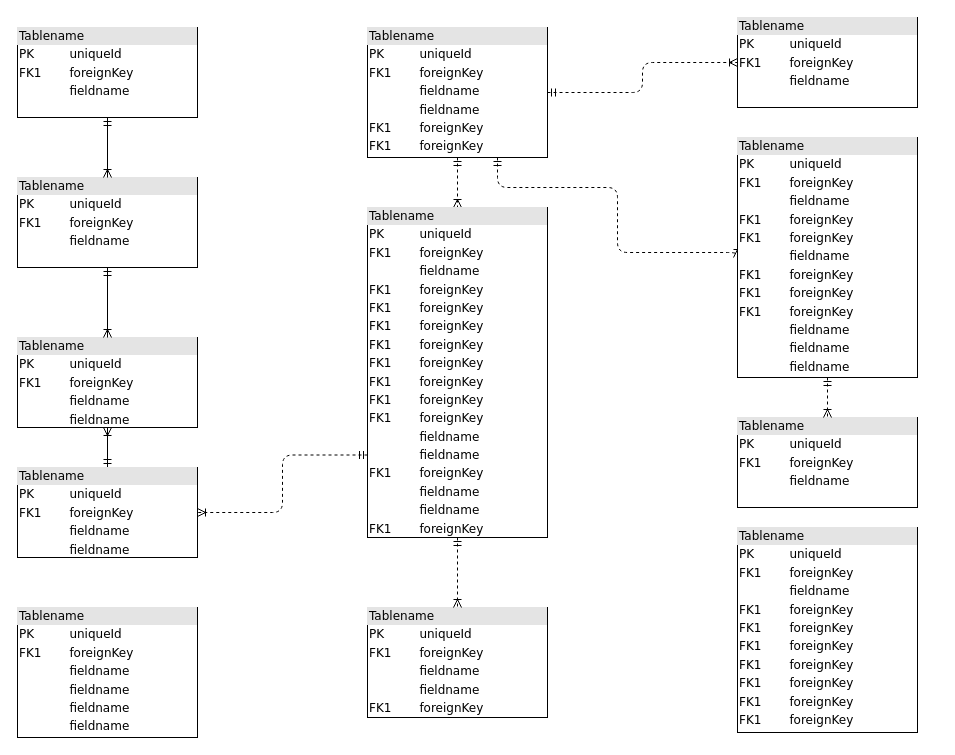
Before: 제목 없는 다이어그램.drawio in SEONMl/SEONMl, a draw.io diagram. Source tidied: cells renumbered, new cells numbered last; positions are measured from the earlier drawing's top-left corner, leaving out a move shared by most shapes. Both pictures are drawn from the tidied source at 100%, with x=0, y=0 at pixel (17, 17).
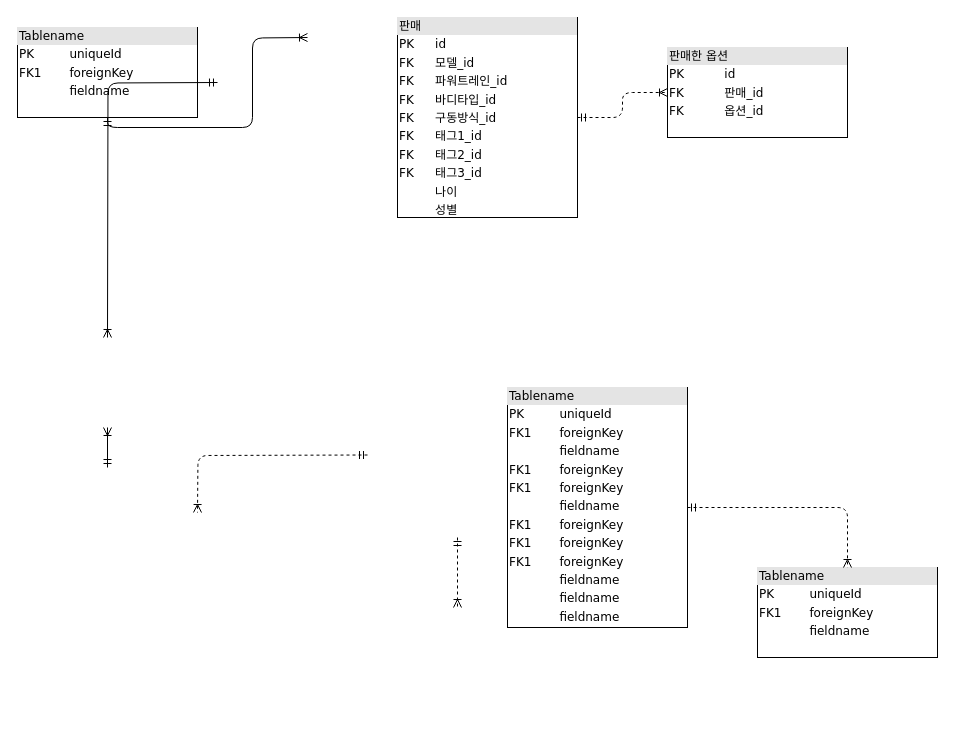
The same page after the edit.

Commit message:
제목 없는 다이어그램.drawio 업데이트

Unchanged cells that the change refers to:
```xml
<mxCell id="2" value="&lt;div style=&quot;box-sizing:border-box;width:100%;background:#e4e4e4;padding:2px;&quot;&gt;Tablename&lt;/div&gt;&lt;table style=&quot;width:100%;font-size:1em;&quot; cellpadding=&quot;2&quot; cellspacing=&quot;0&quot;&gt;&lt;tr&gt;&lt;td&gt;PK&lt;/td&gt;&lt;td&gt;uniqueId&lt;/td&gt;&lt;/tr&gt;&lt;tr&gt;&lt;td&gt;FK1&lt;/td&gt;&lt;td&gt;foreignKey&lt;/td&gt;&lt;/tr&gt;&lt;tr&gt;&lt;td&gt;&lt;/td&gt;&lt;td&gt;fieldname&lt;/td&gt;&lt;/tr&gt;&lt;/table&gt;" style="verticalAlign=top;align=left;overflow=fill;html=1;rounded=0;shadow=0;comic=0;labelBackgroundColor=none;strokeWidth=1;fontFamily=Verdana;fontSize=12;" parent="1" vertex="1">
  <mxGeometry y="10" width="180" height="90" as="geometry" />
</mxCell>
```

Diff of the diagram source:
```diff
@@
-<mxGraphModel>
+<mxGraphModel background="#ffffff">
@@
-    <mxCell id="3" style="edgeStyle=orthogonalEdgeStyle;html=1;entryX=0.5;entryY=0;dashed=1;labelBackgroundColor=none;startArrow=ERmandOne;endArrow=ERoneToMany;fontFamily=Verdana;fontSize=12;align=left;" parent="1" edge="1" source="6" target="16">
-      <mxGeometry relative="1" as="geometry" />
-    </mxCell>
-    <mxCell id="4" style="edgeStyle=orthogonalEdgeStyle;html=1;dashed=1;labelBackgroundColor=none;startArrow=ERmandOne;endArrow=ERoneToMany;fontFamily=Verdana;fontSize=12;align=left;entryX=0;entryY=0.5;" parent="1" edge="1" source="6" target="19">
-      <mxGeometry relative="1" as="geometry">
-        <Array as="points">
-          <mxPoint x="480" y="170" />
-          <mxPoint x="600" y="170" />
-          <mxPoint x="600" y="235" />
-        </Array>
-      </mxGeometry>
-    </mxCell>
@@
-    <mxCell id="6" value="&lt;div style=&quot;box-sizing: border-box ; width: 100% ; background: #e4e4e4 ; padding: 2px&quot;&gt;Tablename&lt;/div&gt;&lt;table style=&quot;width: 100% ; font-size: 1em&quot; cellpadding=&quot;2&quot; cellspacing=&quot;0&quot;&gt;&lt;tbody&gt;&lt;tr&gt;&lt;td&gt;PK&lt;/td&gt;&lt;td&gt;uniqueId&lt;/td&gt;&lt;/tr&gt;&lt;tr&gt;&lt;td&gt;FK1&lt;/td&gt;&lt;td&gt;foreignKey&lt;/td&gt;&lt;/tr&gt;&lt;tr&gt;&lt;td&gt;&lt;/td&gt;&lt;td&gt;fieldname&lt;/td&gt;&lt;/tr&gt;&lt;tr&gt;&lt;td&gt;&lt;br&gt;&lt;/td&gt;&lt;td&gt;fieldname&lt;br&gt;&lt;/td&gt;&lt;/tr&gt;&lt;tr&gt;&lt;td&gt;FK1&lt;br&gt;&lt;/td&gt;&lt;td&gt;foreignKey&lt;br&gt;&lt;/td&gt;&lt;/tr&gt;&lt;tr&gt;&lt;td&gt;FK1&lt;br&gt;&lt;/td&gt;&lt;td&gt;foreignKey&lt;br&gt;&lt;/td&gt;&lt;/tr&gt;&lt;/tbody&gt;&lt;/table&gt;" style="verticalAlign=top;align=left;overflow=fill;html=1;rounded=0;shadow=0;comic=0;labelBackgroundColor=none;strokeWidth=1;fontFamily=Verdana;fontSize=12;" parent="1" vertex="1">
-      <mxGeometry x="350" y="10" width="180" height="130" as="geometry" />
+    <mxCell id="6" value="&lt;div style=&quot;box-sizing: border-box ; width: 100% ; background: #e4e4e4 ; padding: 2px&quot;&gt;판매&lt;/div&gt;&lt;table style=&quot;width: 100% ; font-size: 1em&quot; cellpadding=&quot;2&quot; cellspacing=&quot;0&quot;&gt;&lt;tbody&gt;&lt;tr&gt;&lt;td&gt;PK&lt;/td&gt;&lt;td&gt;id&lt;/td&gt;&lt;/tr&gt;&lt;tr&gt;&lt;td&gt;FK&lt;/td&gt;&lt;td&gt;모델_id&lt;/td&gt;&lt;/tr&gt;&lt;tr&gt;&lt;td&gt;FK&lt;/td&gt;&lt;td&gt;파워트레인_id&lt;br&gt;&lt;/td&gt;&lt;/tr&gt;&lt;tr&gt;&lt;td&gt;FK&lt;/td&gt;&lt;td&gt;바디타입_id&lt;/td&gt;&lt;/tr&gt;&lt;tr&gt;&lt;td&gt;FK&lt;br&gt;&lt;/td&gt;&lt;td&gt;구동방식_id&lt;br&gt;&lt;/td&gt;&lt;/tr&gt;&lt;tr&gt;&lt;td&gt;FK&lt;br&gt;&lt;/td&gt;&lt;td&gt;태그1_id&lt;/td&gt;&lt;/tr&gt;&lt;tr&gt;&lt;td&gt;FK&lt;/td&gt;&lt;td&gt;태그2_id&lt;/td&gt;&lt;/tr&gt;&lt;tr&gt;&lt;td&gt;FK&lt;/td&gt;&lt;td&gt;태그3_id&lt;/td&gt;&lt;/tr&gt;&lt;tr&gt;&lt;td&gt;&lt;br&gt;&lt;/td&gt;&lt;td&gt;나이&lt;/td&gt;&lt;/tr&gt;&lt;tr&gt;&lt;td&gt;&lt;br&gt;&lt;/td&gt;&lt;td&gt;성별&lt;/td&gt;&lt;/tr&gt;&lt;/tbody&gt;&lt;/table&gt;" style="verticalAlign=top;align=left;overflow=fill;html=1;rounded=0;shadow=0;comic=0;labelBackgroundColor=none;strokeWidth=1;fontFamily=Verdana;fontSize=12;" parent="1" vertex="1">
+      <mxGeometry x="380" width="180" height="200" as="geometry" />
     </mxCell>
-    <mxCell id="7" style="edgeStyle=orthogonalEdgeStyle;html=1;labelBackgroundColor=none;startArrow=ERmandOne;endArrow=ERoneToMany;fontFamily=Verdana;fontSize=12;align=left;" parent="1" edge="1" source="9" target="10">
-      <mxGeometry relative="1" as="geometry" />
+    <mxCell id="7" style="edgeStyle=orthogonalEdgeStyle;html=1;labelBackgroundColor=none;startArrow=ERmandOne;endArrow=ERoneToMany;fontFamily=Verdana;fontSize=12;align=left;" parent="1" edge="1">
+      <mxGeometry relative="1" as="geometry">
+        <mxPoint x="90" y="450" as="sourcePoint" />
+        <mxPoint x="90" y="410" as="targetPoint" />
+      </mxGeometry>
     </mxCell>
-    <mxCell id="8" style="edgeStyle=orthogonalEdgeStyle;html=1;exitX=0;exitY=0.75;entryX=1;entryY=0.5;dashed=1;labelBackgroundColor=none;startArrow=ERmandOne;endArrow=ERoneToMany;fontFamily=Verdana;fontSize=12;align=left;" parent="1" edge="1" source="16" target="9">
-      <mxGeometry relative="1" as="geometry" />
+    <mxCell id="8" style="edgeStyle=orthogonalEdgeStyle;html=1;exitX=0;exitY=0.75;entryX=1;entryY=0.5;dashed=1;labelBackgroundColor=none;startArrow=ERmandOne;endArrow=ERoneToMany;fontFamily=Verdana;fontSize=12;align=left;" parent="1" edge="1">
+      <mxGeometry relative="1" as="geometry">
+        <mxPoint x="350" y="437.5" as="sourcePoint" />
+        <mxPoint x="180" y="495" as="targetPoint" />
+      </mxGeometry>
     </mxCell>
-    <mxCell id="9" value="&lt;div style=&quot;box-sizing: border-box ; width: 100% ; background: #e4e4e4 ; padding: 2px&quot;&gt;Tablename&lt;/div&gt;&lt;table style=&quot;width: 100% ; font-size: 1em&quot; cellpadding=&quot;2&quot; cellspacing=&quot;0&quot;&gt;&lt;tbody&gt;&lt;tr&gt;&lt;td&gt;PK&lt;/td&gt;&lt;td&gt;uniqueId&lt;/td&gt;&lt;/tr&gt;&lt;tr&gt;&lt;td&gt;FK1&lt;/td&gt;&lt;td&gt;foreignKey&lt;/td&gt;&lt;/tr&gt;&lt;tr&gt;&lt;td&gt;&lt;/td&gt;&lt;td&gt;fieldname&lt;/td&gt;&lt;/tr&gt;&lt;tr&gt;&lt;td&gt;&lt;br&gt;&lt;/td&gt;&lt;td&gt;fieldname&lt;br&gt;&lt;/td&gt;&lt;/tr&gt;&lt;/tbody&gt;&lt;/table&gt;" style="verticalAlign=top;align=left;overflow=fill;html=1;rounded=0;shadow=0;comic=0;labelBackgroundColor=none;strokeWidth=1;fontFamily=Verdana;fontSize=12;" parent="1" vertex="1">
-      <mxGeometry y="450" width="180" height="90" as="geometry" />
-    </mxCell>
-    <mxCell id="10" value="&lt;div style=&quot;box-sizing: border-box ; width: 100% ; background: #e4e4e4 ; padding: 2px&quot;&gt;Tablename&lt;/div&gt;&lt;table style=&quot;width: 100% ; font-size: 1em&quot; cellpadding=&quot;2&quot; cellspacing=&quot;0&quot;&gt;&lt;tbody&gt;&lt;tr&gt;&lt;td&gt;PK&lt;/td&gt;&lt;td&gt;uniqueId&lt;/td&gt;&lt;/tr&gt;&lt;tr&gt;&lt;td&gt;FK1&lt;/td&gt;&lt;td&gt;foreignKey&lt;/td&gt;&lt;/tr&gt;&lt;tr&gt;&lt;td&gt;&lt;/td&gt;&lt;td&gt;fieldname&lt;/td&gt;&lt;/tr&gt;&lt;tr&gt;&lt;td&gt;&lt;br&gt;&lt;/td&gt;&lt;td&gt;fieldname&lt;br&gt;&lt;/td&gt;&lt;/tr&gt;&lt;/tbody&gt;&lt;/table&gt;" style="verticalAlign=top;align=left;overflow=fill;html=1;rounded=0;shadow=0;comic=0;labelBackgroundColor=none;strokeWidth=1;fontFamily=Verdana;fontSize=12;" parent="1" vertex="1">
-      <mxGeometry y="320" width="180" height="90" as="geometry" />
-    </mxCell>
-    <mxCell id="11" style="edgeStyle=orthogonalEdgeStyle;html=1;entryX=0.5;entryY=0;labelBackgroundColor=none;startArrow=ERmandOne;endArrow=ERoneToMany;fontFamily=Verdana;fontSize=12;align=left;" parent="1" edge="1" source="12" target="10">
-      <mxGeometry relative="1" as="geometry" />
+    <mxCell id="11" style="edgeStyle=orthogonalEdgeStyle;html=1;entryX=0.5;entryY=0;labelBackgroundColor=none;startArrow=ERmandOne;endArrow=ERoneToMany;fontFamily=Verdana;fontSize=12;align=left;" parent="1" edge="1">
+      <mxGeometry relative="1" as="geometry">
+        <mxPoint x="200" y="65" as="sourcePoint" />
+        <mxPoint x="90" y="320" as="targetPoint" />
+      </mxGeometry>
     </mxCell>
-    <mxCell id="12" value="&lt;div style=&quot;box-sizing:border-box;width:100%;background:#e4e4e4;padding:2px;&quot;&gt;Tablename&lt;/div&gt;&lt;table style=&quot;width:100%;font-size:1em;&quot; cellpadding=&quot;2&quot; cellspacing=&quot;0&quot;&gt;&lt;tr&gt;&lt;td&gt;PK&lt;/td&gt;&lt;td&gt;uniqueId&lt;/td&gt;&lt;/tr&gt;&lt;tr&gt;&lt;td&gt;FK1&lt;/td&gt;&lt;td&gt;foreignKey&lt;/td&gt;&lt;/tr&gt;&lt;tr&gt;&lt;td&gt;&lt;/td&gt;&lt;td&gt;fieldname&lt;/td&gt;&lt;/tr&gt;&lt;/table&gt;" style="verticalAlign=top;align=left;overflow=fill;html=1;rounded=0;shadow=0;comic=0;labelBackgroundColor=none;strokeWidth=1;fontFamily=Verdana;fontSize=12;" parent="1" vertex="1">
-      <mxGeometry y="160" width="180" height="90" as="geometry" />
-    </mxCell>
-    <mxCell id="13" value="&lt;div style=&quot;box-sizing: border-box ; width: 100% ; background: #e4e4e4 ; padding: 2px&quot;&gt;Tablename&lt;/div&gt;&lt;table style=&quot;width: 100% ; font-size: 1em&quot; cellpadding=&quot;2&quot; cellspacing=&quot;0&quot;&gt;&lt;tbody&gt;&lt;tr&gt;&lt;td&gt;PK&lt;/td&gt;&lt;td&gt;uniqueId&lt;/td&gt;&lt;/tr&gt;&lt;tr&gt;&lt;td&gt;FK1&lt;/td&gt;&lt;td&gt;foreignKey&lt;/td&gt;&lt;/tr&gt;&lt;tr&gt;&lt;td&gt;&lt;/td&gt;&lt;td&gt;fieldname&lt;/td&gt;&lt;/tr&gt;&lt;tr&gt;&lt;td&gt;FK1&lt;br&gt;&lt;/td&gt;&lt;td&gt;foreignKey&lt;br&gt;&lt;/td&gt;&lt;/tr&gt;&lt;tr&gt;&lt;td&gt;FK1&lt;br&gt;&lt;/td&gt;&lt;td&gt;foreignKey&lt;br&gt;&lt;/td&gt;&lt;/tr&gt;&lt;tr&gt;&lt;td&gt;FK1&lt;br&gt;&lt;/td&gt;&lt;td&gt;foreignKey&lt;br&gt;&lt;/td&gt;&lt;/tr&gt;&lt;tr&gt;&lt;td&gt;FK1&lt;br&gt;&lt;/td&gt;&lt;td&gt;foreignKey&lt;br&gt;&lt;/td&gt;&lt;/tr&gt;&lt;tr&gt;&lt;td&gt;FK1&lt;br&gt;&lt;/td&gt;&lt;td&gt;foreignKey&lt;br&gt;&lt;/td&gt;&lt;/tr&gt;&lt;tr&gt;&lt;td&gt;FK1&lt;br&gt;&lt;/td&gt;&lt;td&gt;foreignKey&lt;br&gt;&lt;/td&gt;&lt;/tr&gt;&lt;tr&gt;&lt;td&gt;FK1&lt;br&gt;&lt;/td&gt;&lt;td&gt;foreignKey&lt;br&gt;&lt;/td&gt;&lt;/tr&gt;&lt;/tbody&gt;&lt;/table&gt;" style="verticalAlign=top;align=left;overflow=fill;html=1;rounded=0;shadow=0;comic=0;labelBackgroundColor=none;strokeWidth=1;fontFamily=Verdana;fontSize=12;" parent="1" vertex="1">
-      <mxGeometry x="720" y="510" width="180" height="205" as="geometry" />
-    </mxCell>
-    <mxCell id="14" value="&lt;div style=&quot;box-sizing: border-box ; width: 100% ; background: #e4e4e4 ; padding: 2px&quot;&gt;Tablename&lt;/div&gt;&lt;table style=&quot;width: 100% ; font-size: 1em&quot; cellpadding=&quot;2&quot; cellspacing=&quot;0&quot;&gt;&lt;tbody&gt;&lt;tr&gt;&lt;td&gt;PK&lt;/td&gt;&lt;td&gt;uniqueId&lt;/td&gt;&lt;/tr&gt;&lt;tr&gt;&lt;td&gt;FK1&lt;/td&gt;&lt;td&gt;foreignKey&lt;/td&gt;&lt;/tr&gt;&lt;tr&gt;&lt;td&gt;&lt;/td&gt;&lt;td&gt;fieldname&lt;/td&gt;&lt;/tr&gt;&lt;tr&gt;&lt;td&gt;&lt;br&gt;&lt;/td&gt;&lt;td&gt;fieldname&lt;br&gt;&lt;/td&gt;&lt;/tr&gt;&lt;tr&gt;&lt;td&gt;FK1&lt;br&gt;&lt;/td&gt;&lt;td&gt;foreignKey&lt;br&gt;&lt;/td&gt;&lt;/tr&gt;&lt;/tbody&gt;&lt;/table&gt;" style="verticalAlign=top;align=left;overflow=fill;html=1;rounded=0;shadow=0;comic=0;labelBackgroundColor=none;strokeWidth=1;fontFamily=Verdana;fontSize=12;" parent="1" vertex="1">
-      <mxGeometry x="350" y="590" width="180" height="110" as="geometry" />
-    </mxCell>
-    <mxCell id="15" style="edgeStyle=orthogonalEdgeStyle;html=1;entryX=0.5;entryY=0;labelBackgroundColor=none;startArrow=ERmandOne;endArrow=ERoneToMany;fontFamily=Verdana;fontSize=12;align=left;dashed=1;" parent="1" edge="1" source="16" target="14">
-      <mxGeometry relative="1" as="geometry" />
+    <mxCell id="15" style="edgeStyle=orthogonalEdgeStyle;html=1;entryX=0.5;entryY=0;labelBackgroundColor=none;startArrow=ERmandOne;endArrow=ERoneToMany;fontFamily=Verdana;fontSize=12;align=left;dashed=1;" parent="1" edge="1">
+      <mxGeometry relative="1" as="geometry">
+        <mxPoint x="440" y="520" as="sourcePoint" />
+        <mxPoint x="440" y="590" as="targetPoint" />
+      </mxGeometry>
     </mxCell>
-    <mxCell id="16" value="&lt;div style=&quot;box-sizing: border-box ; width: 100% ; background: #e4e4e4 ; padding: 2px&quot;&gt;Tablename&lt;/div&gt;&lt;table style=&quot;width: 100% ; font-size: 1em&quot; cellpadding=&quot;2&quot; cellspacing=&quot;0&quot;&gt;&lt;tbody&gt;&lt;tr&gt;&lt;td&gt;PK&lt;/td&gt;&lt;td&gt;uniqueId&lt;/td&gt;&lt;/tr&gt;&lt;tr&gt;&lt;td&gt;FK1&lt;/td&gt;&lt;td&gt;foreignKey&lt;/td&gt;&lt;/tr&gt;&lt;tr&gt;&lt;td&gt;&lt;/td&gt;&lt;td&gt;fieldname&lt;/td&gt;&lt;/tr&gt;&lt;tr&gt;&lt;td&gt;FK1&lt;br&gt;&lt;/td&gt;&lt;td&gt;foreignKey&lt;br&gt;&lt;/td&gt;&lt;/tr&gt;&lt;tr&gt;&lt;td&gt;FK1&lt;br&gt;&lt;/td&gt;&lt;td&gt;foreignKey&lt;br&gt;&lt;/td&gt;&lt;/tr&gt;&lt;tr&gt;&lt;td&gt;FK1&lt;br&gt;&lt;/td&gt;&lt;td&gt;foreignKey&lt;br&gt;&lt;/td&gt;&lt;/tr&gt;&lt;tr&gt;&lt;td&gt;FK1&lt;br&gt;&lt;/td&gt;&lt;td&gt;foreignKey&lt;br&gt;&lt;/td&gt;&lt;/tr&gt;&lt;tr&gt;&lt;td&gt;FK1&lt;br&gt;&lt;/td&gt;&lt;td&gt;foreignKey&lt;br&gt;&lt;/td&gt;&lt;/tr&gt;&lt;tr&gt;&lt;td&gt;FK1&lt;br&gt;&lt;/td&gt;&lt;td&gt;foreignKey&lt;br&gt;&lt;/td&gt;&lt;/tr&gt;&lt;tr&gt;&lt;td&gt;FK1&lt;br&gt;&lt;/td&gt;&lt;td&gt;foreignKey&lt;br&gt;&lt;/td&gt;&lt;/tr&gt;&lt;tr&gt;&lt;td&gt;FK1&lt;br&gt;&lt;/td&gt;&lt;td&gt;foreignKey&lt;br&gt;&lt;/td&gt;&lt;/tr&gt;&lt;tr&gt;&lt;td&gt;&lt;br&gt;&lt;/td&gt;&lt;td&gt;fieldname&lt;br&gt;&lt;/td&gt;&lt;/tr&gt;&lt;tr&gt;&lt;td&gt;&lt;br&gt;&lt;/td&gt;&lt;td&gt;fieldname&lt;br&gt;&lt;/td&gt;&lt;/tr&gt;&lt;tr&gt;&lt;td&gt;FK1&lt;br&gt;&lt;/td&gt;&lt;td&gt;foreignKey&lt;br&gt;&lt;/td&gt;&lt;/tr&gt;&lt;tr&gt;&lt;td&gt;&lt;br&gt;&lt;/td&gt;&lt;td&gt;fieldname&lt;br&gt;&lt;/td&gt;&lt;/tr&gt;&lt;tr&gt;&lt;td&gt;&lt;br&gt;&lt;/td&gt;&lt;td&gt;fieldname&lt;br&gt;&lt;/td&gt;&lt;/tr&gt;&lt;tr&gt;&lt;td&gt;FK1&lt;br&gt;&lt;/td&gt;&lt;td&gt;foreignKey&lt;br&gt;&lt;/td&gt;&lt;/tr&gt;&lt;/tbody&gt;&lt;/table&gt;" style="verticalAlign=top;align=left;overflow=fill;html=1;rounded=0;shadow=0;comic=0;labelBackgroundColor=none;strokeWidth=1;fontFamily=Verdana;fontSize=12;" parent="1" vertex="1">
-      <mxGeometry x="350" y="190" width="180" height="330" as="geometry" />
-    </mxCell>
     <mxCell id="17" value="&lt;div style=&quot;box-sizing:border-box;width:100%;background:#e4e4e4;padding:2px;&quot;&gt;Tablename&lt;/div&gt;&lt;table style=&quot;width:100%;font-size:1em;&quot; cellpadding=&quot;2&quot; cellspacing=&quot;0&quot;&gt;&lt;tr&gt;&lt;td&gt;PK&lt;/td&gt;&lt;td&gt;uniqueId&lt;/td&gt;&lt;/tr&gt;&lt;tr&gt;&lt;td&gt;FK1&lt;/td&gt;&lt;td&gt;foreignKey&lt;/td&gt;&lt;/tr&gt;&lt;tr&gt;&lt;td&gt;&lt;/td&gt;&lt;td&gt;fieldname&lt;/td&gt;&lt;/tr&gt;&lt;/table&gt;" style="verticalAlign=top;align=left;overflow=fill;html=1;rounded=0;shadow=0;comic=0;labelBackgroundColor=none;strokeWidth=1;fontFamily=Verdana;fontSize=12;" parent="1" vertex="1">
-      <mxGeometry x="720" y="400" width="180" height="90" as="geometry" />
+      <mxGeometry x="740" y="550" width="180" height="90" as="geometry" />
     </mxCell>
@@
     <mxCell id="19" value="&lt;div style=&quot;box-sizing: border-box ; width: 100% ; background: #e4e4e4 ; padding: 2px&quot;&gt;Tablename&lt;/div&gt;&lt;table style=&quot;width: 100% ; font-size: 1em&quot; cellpadding=&quot;2&quot; cellspacing=&quot;0&quot;&gt;&lt;tbody&gt;&lt;tr&gt;&lt;td&gt;PK&lt;/td&gt;&lt;td&gt;uniqueId&lt;/td&gt;&lt;/tr&gt;&lt;tr&gt;&lt;td&gt;FK1&lt;/td&gt;&lt;td&gt;foreignKey&lt;/td&gt;&lt;/tr&gt;&lt;tr&gt;&lt;td&gt;&lt;/td&gt;&lt;td&gt;fieldname&lt;/td&gt;&lt;/tr&gt;&lt;tr&gt;&lt;td&gt;FK1&lt;br&gt;&lt;/td&gt;&lt;td&gt;foreignKey&lt;br&gt;&lt;/td&gt;&lt;/tr&gt;&lt;tr&gt;&lt;td&gt;FK1&lt;br&gt;&lt;/td&gt;&lt;td&gt;foreignKey&lt;br&gt;&lt;/td&gt;&lt;/tr&gt;&lt;tr&gt;&lt;td&gt;&lt;br&gt;&lt;/td&gt;&lt;td&gt;fieldname&lt;br&gt;&lt;/td&gt;&lt;/tr&gt;&lt;tr&gt;&lt;td&gt;FK1&lt;br&gt;&lt;/td&gt;&lt;td&gt;foreignKey&lt;br&gt;&lt;/td&gt;&lt;/tr&gt;&lt;tr&gt;&lt;td&gt;FK1&lt;br&gt;&lt;/td&gt;&lt;td&gt;foreignKey&lt;br&gt;&lt;/td&gt;&lt;/tr&gt;&lt;tr&gt;&lt;td&gt;FK1&lt;br&gt;&lt;/td&gt;&lt;td&gt;foreignKey&lt;br&gt;&lt;/td&gt;&lt;/tr&gt;&lt;tr&gt;&lt;td&gt;&lt;br&gt;&lt;/td&gt;&lt;td&gt;fieldname&lt;br&gt;&lt;/td&gt;&lt;/tr&gt;&lt;tr&gt;&lt;td&gt;&lt;br&gt;&lt;/td&gt;&lt;td&gt;fieldname&lt;br&gt;&lt;/td&gt;&lt;/tr&gt;&lt;tr&gt;&lt;td&gt;&lt;br&gt;&lt;/td&gt;&lt;td&gt;fieldname&lt;br&gt;&lt;/td&gt;&lt;/tr&gt;&lt;/tbody&gt;&lt;/table&gt;" style="verticalAlign=top;align=left;overflow=fill;html=1;rounded=0;shadow=0;comic=0;labelBackgroundColor=none;strokeWidth=1;fontFamily=Verdana;fontSize=12;" parent="1" vertex="1">
-      <mxGeometry x="720" y="120" width="180" height="240" as="geometry" />
+      <mxGeometry x="490" y="370" width="180" height="240" as="geometry" />
     </mxCell>
-    <mxCell id="20" value="&lt;div style=&quot;box-sizing:border-box;width:100%;background:#e4e4e4;padding:2px;&quot;&gt;Tablename&lt;/div&gt;&lt;table style=&quot;width:100%;font-size:1em;&quot; cellpadding=&quot;2&quot; cellspacing=&quot;0&quot;&gt;&lt;tr&gt;&lt;td&gt;PK&lt;/td&gt;&lt;td&gt;uniqueId&lt;/td&gt;&lt;/tr&gt;&lt;tr&gt;&lt;td&gt;FK1&lt;/td&gt;&lt;td&gt;foreignKey&lt;/td&gt;&lt;/tr&gt;&lt;tr&gt;&lt;td&gt;&lt;/td&gt;&lt;td&gt;fieldname&lt;/td&gt;&lt;/tr&gt;&lt;/table&gt;" style="verticalAlign=top;align=left;overflow=fill;html=1;rounded=0;shadow=0;comic=0;labelBackgroundColor=none;strokeWidth=1;fontFamily=Verdana;fontSize=12;" parent="1" vertex="1">
-      <mxGeometry x="720" width="180" height="90" as="geometry" />
+    <mxCell id="20" value="&lt;div style=&quot;box-sizing:border-box;width:100%;background:#e4e4e4;padding:2px;&quot;&gt;판매한 옵션&lt;/div&gt;&lt;table style=&quot;width:100%;font-size:1em;&quot; cellpadding=&quot;2&quot; cellspacing=&quot;0&quot;&gt;&lt;tbody&gt;&lt;tr&gt;&lt;td&gt;PK&lt;/td&gt;&lt;td&gt;id&lt;/td&gt;&lt;/tr&gt;&lt;tr&gt;&lt;td&gt;FK&lt;/td&gt;&lt;td&gt;판매_id&lt;/td&gt;&lt;/tr&gt;&lt;tr&gt;&lt;td&gt;FK&lt;/td&gt;&lt;td&gt;옵션_id&lt;/td&gt;&lt;/tr&gt;&lt;/tbody&gt;&lt;/table&gt;" style="verticalAlign=top;align=left;overflow=fill;html=1;rounded=0;shadow=0;comic=0;labelBackgroundColor=none;strokeWidth=1;fontFamily=Verdana;fontSize=12;" parent="1" vertex="1">
+      <mxGeometry x="650" y="30" width="180" height="90" as="geometry" />
     </mxCell>
-    <mxCell id="21" value="&lt;div style=&quot;box-sizing: border-box ; width: 100% ; background: #e4e4e4 ; padding: 2px&quot;&gt;Tablename&lt;/div&gt;&lt;table style=&quot;width: 100% ; font-size: 1em&quot; cellpadding=&quot;2&quot; cellspacing=&quot;0&quot;&gt;&lt;tbody&gt;&lt;tr&gt;&lt;td&gt;PK&lt;/td&gt;&lt;td&gt;uniqueId&lt;/td&gt;&lt;/tr&gt;&lt;tr&gt;&lt;td&gt;FK1&lt;/td&gt;&lt;td&gt;foreignKey&lt;/td&gt;&lt;/tr&gt;&lt;tr&gt;&lt;td&gt;&lt;/td&gt;&lt;td&gt;fieldname&lt;/td&gt;&lt;/tr&gt;&lt;tr&gt;&lt;td&gt;&lt;br&gt;&lt;/td&gt;&lt;td&gt;fieldname&lt;br&gt;&lt;/td&gt;&lt;/tr&gt;&lt;tr&gt;&lt;td&gt;&lt;br&gt;&lt;/td&gt;&lt;td&gt;fieldname&lt;br&gt;&lt;/td&gt;&lt;/tr&gt;&lt;tr&gt;&lt;td&gt;&lt;br&gt;&lt;/td&gt;&lt;td&gt;fieldname&lt;br&gt;&lt;/td&gt;&lt;/tr&gt;&lt;/tbody&gt;&lt;/table&gt;" style="verticalAlign=top;align=left;overflow=fill;html=1;rounded=0;shadow=0;comic=0;labelBackgroundColor=none;strokeWidth=1;fontFamily=Verdana;fontSize=12;" parent="1" vertex="1">
-      <mxGeometry y="590" width="180" height="130" as="geometry" />
-    </mxCell>
-    <mxCell id="22" style="edgeStyle=orthogonalEdgeStyle;html=1;endArrow=ERoneToMany;startArrow=ERmandOne;labelBackgroundColor=none;fontFamily=Verdana;fontSize=12;align=left;exitX=0.5;exitY=1;entryX=0.5;entryY=0;" parent="1" edge="1" source="2" target="12">
-      <mxGeometry relative="1" as="geometry" />
+    <mxCell id="22" style="edgeStyle=orthogonalEdgeStyle;html=1;endArrow=ERoneToMany;startArrow=ERmandOne;labelBackgroundColor=none;fontFamily=Verdana;fontSize=12;align=left;exitX=0.5;exitY=1;entryX=0.5;entryY=0;" parent="1" edge="1" source="2">
+      <mxGeometry relative="1" as="geometry">
+        <mxPoint x="290" y="20" as="targetPoint" />
+      </mxGeometry>
     </mxCell>
```
